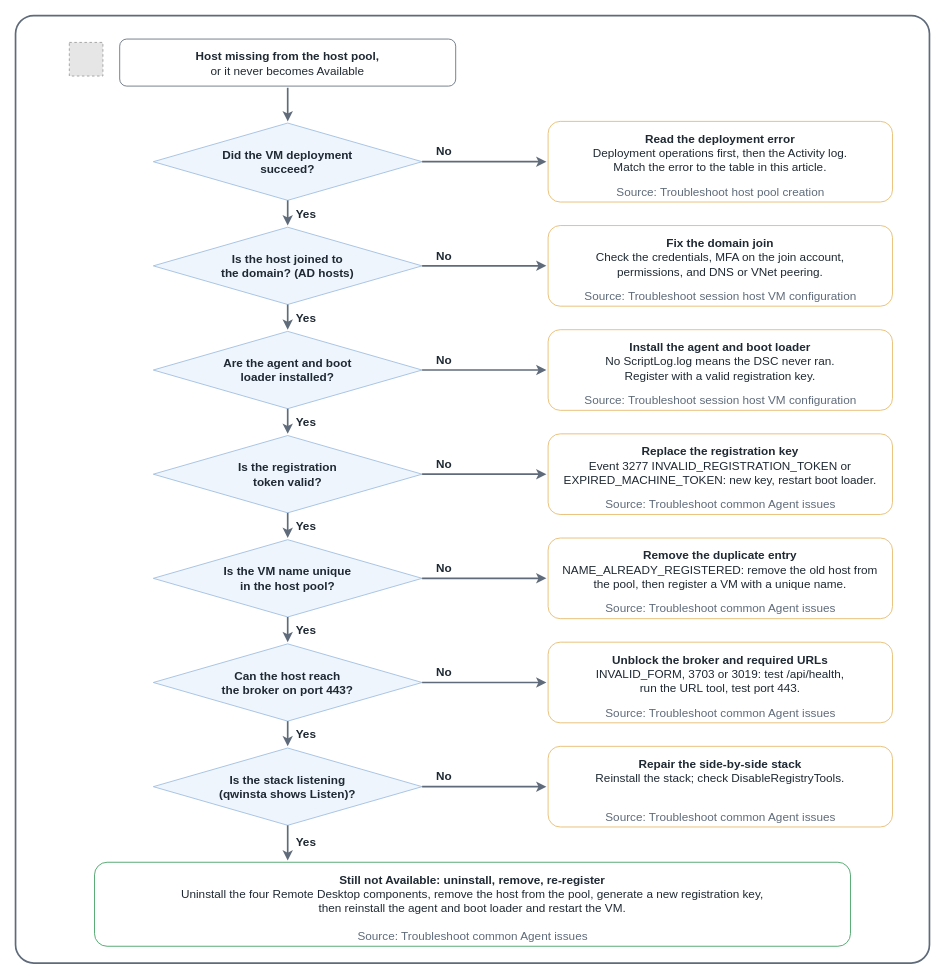
AddySidd27/cloud-ai-notes keeps this draw.io diagram as src/img/avd/troubleshoot-host-pool-registration-failures.drawio. Above is the earlier version. Source tidied: cells renumbered, new cells numbered last; positions are measured from the earlier drawing's top-left corner, leaving out a move shared by most shapes. Both pictures are drawn from the tidied source at 84%, with x=0, y=0 at pixel (15, 15). Pictures stored in the file or linked from it are replaced by grey dashed boxes.
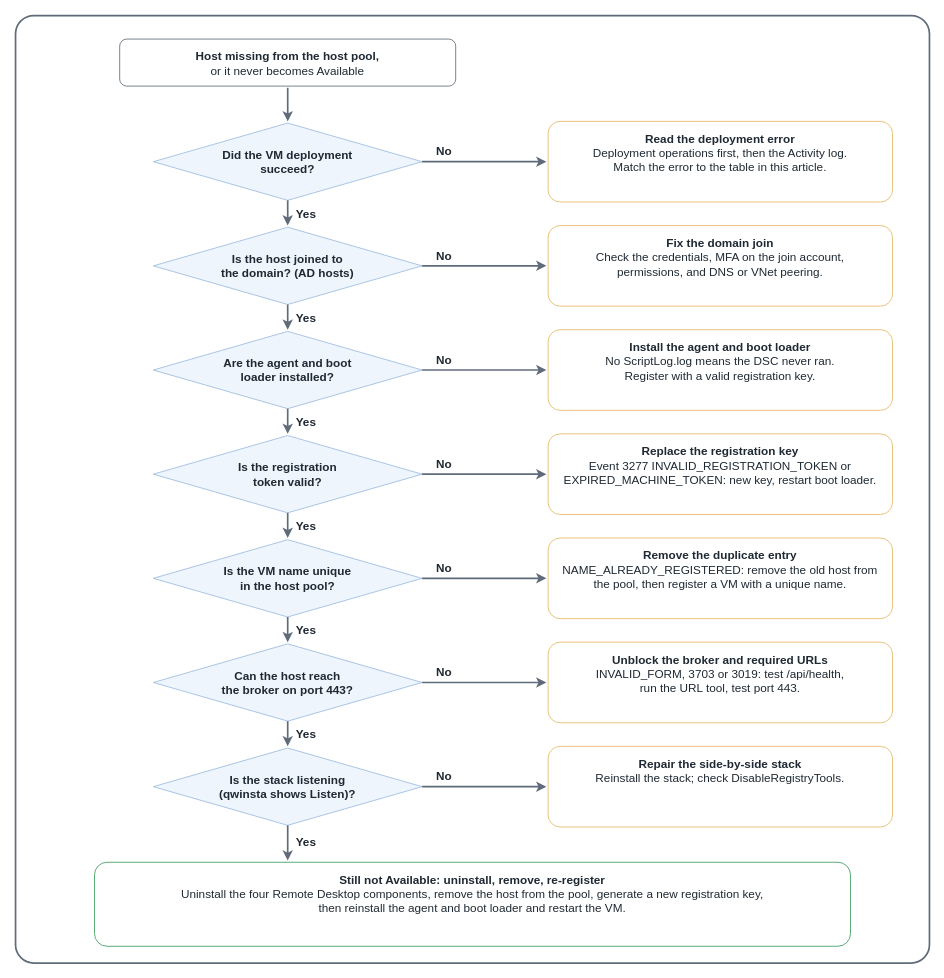
After the change.

Diff of the diagram source:
```diff
@@
     <mxCell id="3" style="fillColor=#E6E6E6;strokeColor=#999999;dashed=1;html=1;" parent="1" vertex="1">
-      <mxGeometry x="64" y="32" width="40" height="40" as="geometry" />
+      <mxGeometry x="136" y="36" width="40" height="40" as="geometry" />
     </mxCell>
@@
-    <mxCell id="8" value="Source: Troubleshoot host pool creation" style="text;html=1;align=center;verticalAlign=middle;fontSize=14;fontColor=#5f6b7a;" parent="1" vertex="1">
-      <mxGeometry x="634" y="198" width="410" height="24" as="geometry" />
-    </mxCell>
@@
-    <mxCell id="15" value="Source: Troubleshoot session host VM configuration" style="text;html=1;align=center;verticalAlign=middle;fontSize=14;fontColor=#5f6b7a;" parent="1" vertex="1">
-      <mxGeometry x="634" y="322" width="410" height="24" as="geometry" />
-    </mxCell>
@@
-    <mxCell id="22" value="Source: Troubleshoot session host VM configuration" style="text;html=1;align=center;verticalAlign=middle;fontSize=14;fontColor=#5f6b7a;" parent="1" vertex="1">
-      <mxGeometry x="634" y="446" width="410" height="24" as="geometry" />
-    </mxCell>
@@
-    <mxCell id="29" value="Source: Troubleshoot common Agent issues" style="text;html=1;align=center;verticalAlign=middle;fontSize=14;fontColor=#5f6b7a;" parent="1" vertex="1">
-      <mxGeometry x="634" y="570" width="410" height="24" as="geometry" />
-    </mxCell>
@@
-    <mxCell id="36" value="Source: Troubleshoot common Agent issues" style="text;html=1;align=center;verticalAlign=middle;fontSize=14;fontColor=#5f6b7a;" parent="1" vertex="1">
-      <mxGeometry x="634" y="694" width="410" height="24" as="geometry" />
-    </mxCell>
@@
-    <mxCell id="43" value="Source: Troubleshoot common Agent issues" style="text;html=1;align=center;verticalAlign=middle;fontSize=14;fontColor=#5f6b7a;" parent="1" vertex="1">
-      <mxGeometry x="634" y="818" width="410" height="24" as="geometry" />
-    </mxCell>
@@
-    <mxCell id="50" value="Source: Troubleshoot common Agent issues" style="text;html=1;align=center;verticalAlign=middle;fontSize=14;fontColor=#5f6b7a;" parent="1" vertex="1">
-      <mxGeometry x="634" y="942" width="410" height="24" as="geometry" />
-    </mxCell>
@@
-    <mxCell id="56" value="Source: Troubleshoot common Agent issues" style="text;html=1;align=center;verticalAlign=middle;fontSize=14;fontColor=#5f6b7a;" parent="1" vertex="1">
-      <mxGeometry x="94" y="1084" width="900" height="24" as="geometry" />
-    </mxCell>
```
